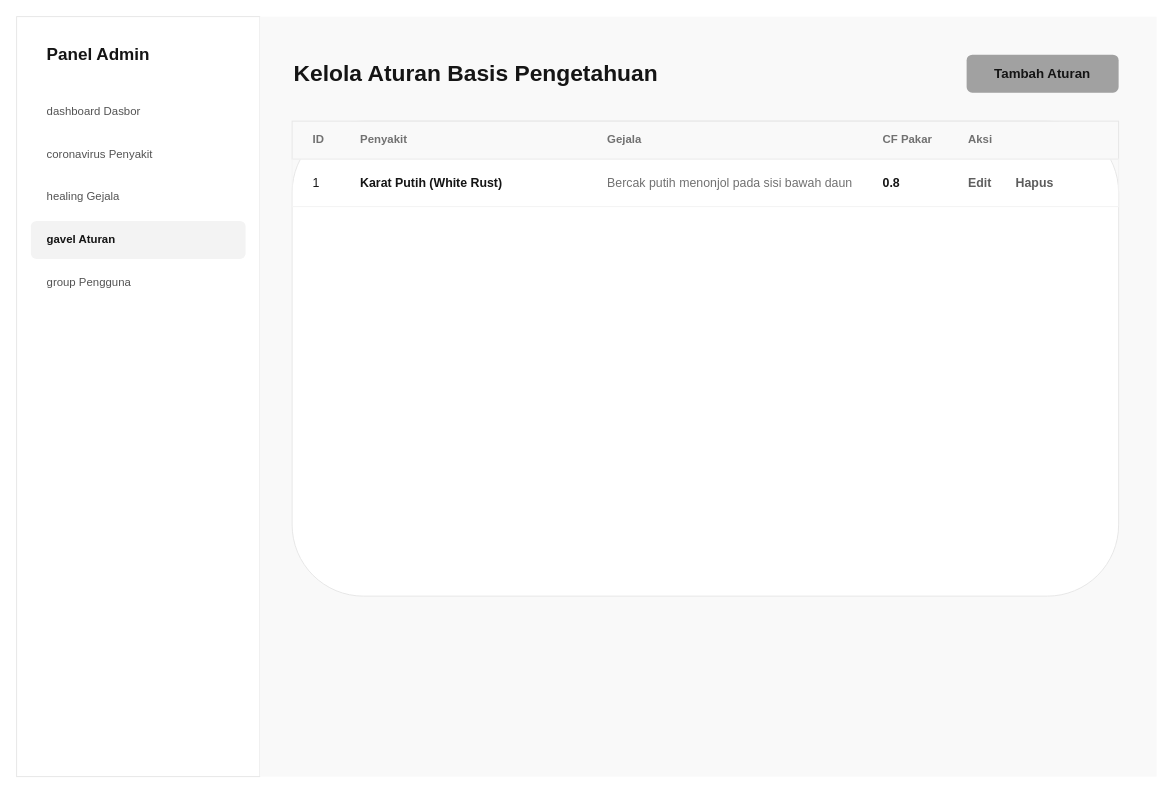
The draw.io diagram diagram/desain_backup/admin-lihat-aturan.drawio in RajaSunrise/kangkungku, before the edit. Source tidied: cells renumbered, new cells numbered last; positions are measured from the earlier drawing's top-left corner, leaving out a move shared by most shapes. Both pictures are drawn from the tidied source at 95%, with x=0, y=0 at pixel (16, 16).
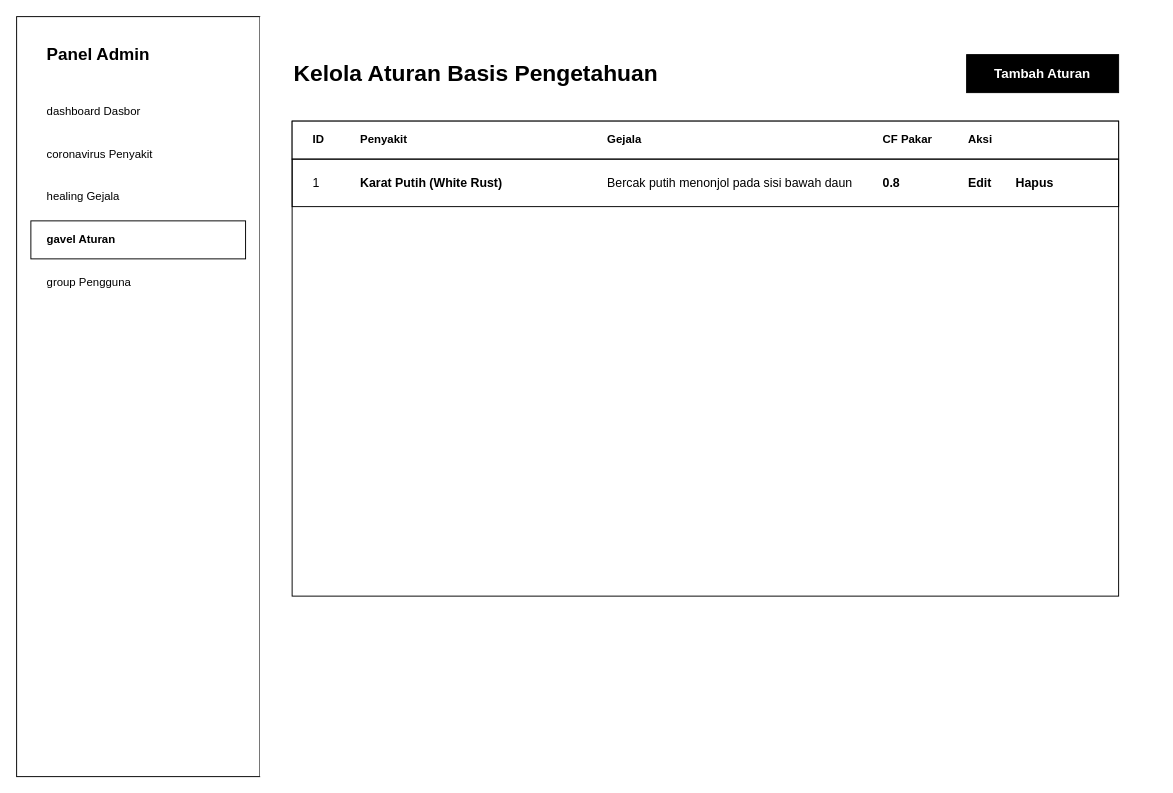
After the change.

Diff of the diagram source:
```diff
@@
-    <mxCell id="2" style="rounded=0;whiteSpace=wrap;html=1;fillColor=#FFFFFF;strokeColor=#E6E6E6;" parent="1" vertex="1">
+    <mxCell id="2" style="rounded=0;whiteSpace=wrap;html=1;fillColor=#FFFFFF;strokeColor=#000000;" parent="1" vertex="1">
       <mxGeometry width="256" height="800" as="geometry" />
     </mxCell>
-    <mxCell id="3" value="Panel Admin" style="text;html=1;strokeColor=none;fillColor=none;align=left;verticalAlign=middle;whiteSpace=wrap;rounded=0;fontColor=#151515;fontSize=18;fontStyle=1;" parent="1" vertex="1">
+    <mxCell id="3" value="Panel Admin" style="text;html=1;strokeColor=none;fillColor=none;align=left;verticalAlign=middle;whiteSpace=wrap;rounded=0;fontColor=#000000;fontSize=18;fontStyle=1;" parent="1" vertex="1">
       <mxGeometry x="30" y="20" width="200" height="40" as="geometry" />
     </mxCell>
-    <mxCell id="4" value="dashboard  Dasbor" style="rounded=1;whiteSpace=wrap;html=1;fillColor=none;strokeColor=none;fontColor=#535353;align=left;spacingLeft=15;" parent="1" vertex="1">
+    <mxCell id="4" value="dashboard  Dasbor" style="rounded=0;whiteSpace=wrap;html=1;fillColor=none;strokeColor=none;fontColor=#000000;align=left;spacingLeft=15;" parent="1" vertex="1">
       <mxGeometry x="15" y="80" width="226" height="40" as="geometry" />
     </mxCell>
-    <mxCell id="5" value="coronavirus  Penyakit" style="rounded=1;whiteSpace=wrap;html=1;fillColor=none;strokeColor=none;fontColor=#535353;align=left;spacingLeft=15;" parent="1" vertex="1">
+    <mxCell id="5" value="coronavirus  Penyakit" style="rounded=0;whiteSpace=wrap;html=1;fillColor=none;strokeColor=none;fontColor=#000000;align=left;spacingLeft=15;" parent="1" vertex="1">
       <mxGeometry x="15" y="125" width="226" height="40" as="geometry" />
     </mxCell>
-    <mxCell id="6" value="healing  Gejala" style="rounded=1;whiteSpace=wrap;html=1;fillColor=none;strokeColor=none;fontColor=#535353;align=left;spacingLeft=15;" parent="1" vertex="1">
+    <mxCell id="6" value="healing  Gejala" style="rounded=0;whiteSpace=wrap;html=1;fillColor=none;strokeColor=none;fontColor=#000000;align=left;spacingLeft=15;" parent="1" vertex="1">
       <mxGeometry x="15" y="170" width="226" height="40" as="geometry" />
     </mxCell>
-    <mxCell id="7" value="gavel  Aturan" style="rounded=1;whiteSpace=wrap;html=1;fillColor=#F3F3F3;strokeColor=none;fontColor=#151515;align=left;spacingLeft=15;fontStyle=1;" parent="1" vertex="1">
+    <mxCell id="7" value="gavel  Aturan" style="rounded=0;whiteSpace=wrap;html=1;fillColor=#FFFFFF;strokeColor=#000000;fontColor=#000000;align=left;spacingLeft=15;fontStyle=1;" parent="1" vertex="1">
       <mxGeometry x="15" y="215" width="226" height="40" as="geometry" />
     </mxCell>
-    <mxCell id="8" value="group  Pengguna" style="rounded=1;whiteSpace=wrap;html=1;fillColor=none;strokeColor=none;fontColor=#535353;align=left;spacingLeft=15;" parent="1" vertex="1">
+    <mxCell id="8" value="group  Pengguna" style="rounded=0;whiteSpace=wrap;html=1;fillColor=none;strokeColor=none;fontColor=#000000;align=left;spacingLeft=15;" parent="1" vertex="1">
       <mxGeometry x="15" y="260" width="226" height="40" as="geometry" />
     </mxCell>
-    <mxCell id="9" style="rounded=0;whiteSpace=wrap;html=1;fillColor=#F9F9F9;strokeColor=none;" parent="1" vertex="1">
+    <mxCell id="9" style="rounded=0;whiteSpace=wrap;html=1;fillColor=#FFFFFF;strokeColor=none;" parent="1" vertex="1">
       <mxGeometry x="256" width="944" height="800" as="geometry" />
     </mxCell>
-    <mxCell id="10" value="Kelola Aturan Basis Pengetahuan" style="text;html=1;strokeColor=none;fillColor=none;align=left;verticalAlign=middle;whiteSpace=wrap;rounded=0;fontColor=#151515;fontSize=24;fontStyle=1;" parent="1" vertex="1">
+    <mxCell id="10" value="Kelola Aturan Basis Pengetahuan" style="text;html=1;strokeColor=none;fillColor=none;align=left;verticalAlign=middle;whiteSpace=wrap;rounded=0;fontColor=#000000;fontSize=24;fontStyle=1;" parent="1" vertex="1">
       <mxGeometry x="290" y="40" width="400" height="40" as="geometry" />
     </mxCell>
-    <mxCell id="11" value="Tambah Aturan" style="rounded=1;whiteSpace=wrap;html=1;fillColor=#A1A1A1;strokeColor=none;fontColor=#151515;fontStyle=1;fontSize=14;" parent="1" vertex="1">
+    <mxCell id="11" value="Tambah Aturan" style="rounded=0;whiteSpace=wrap;html=1;fillColor=#000000;strokeColor=#000000;fontColor=#FFFFFF;fontStyle=1;fontSize=14;" parent="1" vertex="1">
       <mxGeometry x="1000" y="40" width="160" height="40" as="geometry" />
     </mxCell>
-    <mxCell id="12" style="rounded=1;whiteSpace=wrap;html=1;fillColor=#FFFFFF;strokeColor=#E6E6E6;shadow=0;" parent="1" vertex="1">
+    <mxCell id="12" style="rounded=0;whiteSpace=wrap;html=1;fillColor=#FFFFFF;strokeColor=#000000;" parent="1" vertex="1">
       <mxGeometry x="290" y="110" width="870" height="500" as="geometry" />
     </mxCell>
-    <mxCell id="13" style="rounded=0;whiteSpace=wrap;html=1;fillColor=#F9F9F9;strokeColor=#E6E6E6;" parent="1" vertex="1">
+    <mxCell id="13" style="rounded=0;whiteSpace=wrap;html=1;fillColor=#FFFFFF;strokeColor=#000000;" parent="1" vertex="1">
       <mxGeometry x="290" y="110" width="870" height="40" as="geometry" />
     </mxCell>
-    <mxCell id="14" value="ID" style="text;html=1;strokeColor=none;fillColor=none;align=left;verticalAlign=middle;whiteSpace=wrap;rounded=0;fontColor=#717171;fontSize=12;fontStyle=1;" parent="1" vertex="1">
+    <mxCell id="14" value="ID" style="text;html=1;strokeColor=none;fillColor=none;align=left;verticalAlign=middle;whiteSpace=wrap;rounded=0;fontColor=#000000;fontSize=12;fontStyle=1;" parent="1" vertex="1">
       <mxGeometry x="310" y="115" width="40" height="30" as="geometry" />
     </mxCell>
-    <mxCell id="15" value="Penyakit" style="text;html=1;strokeColor=none;fillColor=none;align=left;verticalAlign=middle;whiteSpace=wrap;rounded=0;fontColor=#717171;fontSize=12;fontStyle=1;" parent="1" vertex="1">
+    <mxCell id="15" value="Penyakit" style="text;html=1;strokeColor=none;fillColor=none;align=left;verticalAlign=middle;whiteSpace=wrap;rounded=0;fontColor=#000000;fontSize=12;fontStyle=1;" parent="1" vertex="1">
       <mxGeometry x="360" y="115" width="250" height="30" as="geometry" />
     </mxCell>
-    <mxCell id="16" value="Gejala" style="text;html=1;strokeColor=none;fillColor=none;align=left;verticalAlign=middle;whiteSpace=wrap;rounded=0;fontColor=#717171;fontSize=12;fontStyle=1;" parent="1" vertex="1">
+    <mxCell id="16" value="Gejala" style="text;html=1;strokeColor=none;fillColor=none;align=left;verticalAlign=middle;whiteSpace=wrap;rounded=0;fontColor=#000000;fontSize=12;fontStyle=1;" parent="1" vertex="1">
       <mxGeometry x="620" y="115" width="280" height="30" as="geometry" />
     </mxCell>
-    <mxCell id="17" value="CF Pakar" style="text;html=1;strokeColor=none;fillColor=none;align=left;verticalAlign=middle;whiteSpace=wrap;rounded=0;fontColor=#717171;fontSize=12;fontStyle=1;" parent="1" vertex="1">
+    <mxCell id="17" value="CF Pakar" style="text;html=1;strokeColor=none;fillColor=none;align=left;verticalAlign=middle;whiteSpace=wrap;rounded=0;fontColor=#000000;fontSize=12;fontStyle=1;" parent="1" vertex="1">
       <mxGeometry x="910" y="115" width="80" height="30" as="geometry" />
     </mxCell>
-    <mxCell id="18" value="Aksi" style="text;html=1;strokeColor=none;fillColor=none;align=left;verticalAlign=middle;whiteSpace=wrap;rounded=0;fontColor=#717171;fontSize=12;fontStyle=1;" parent="1" vertex="1">
+    <mxCell id="18" value="Aksi" style="text;html=1;strokeColor=none;fillColor=none;align=left;verticalAlign=middle;whiteSpace=wrap;rounded=0;fontColor=#000000;fontSize=12;fontStyle=1;" parent="1" vertex="1">
       <mxGeometry x="1000" y="115" width="100" height="30" as="geometry" />
     </mxCell>
-    <mxCell id="19" style="rounded=0;whiteSpace=wrap;html=1;fillColor=none;strokeColor=#F3F3F3;" parent="1" vertex="1">
+    <mxCell id="19" style="rounded=0;whiteSpace=wrap;html=1;fillColor=none;strokeColor=#000000;" parent="1" vertex="1">
       <mxGeometry x="290" y="150" width="870" height="50" as="geometry" />
     </mxCell>
-    <mxCell id="20" value="1" style="text;html=1;strokeColor=none;fillColor=none;align=left;verticalAlign=middle;whiteSpace=wrap;rounded=0;fontColor=#151515;fontSize=13;" parent="1" vertex="1">
+    <mxCell id="20" value="1" style="text;html=1;strokeColor=none;fillColor=none;align=left;verticalAlign=middle;whiteSpace=wrap;rounded=0;fontColor=#000000;fontSize=13;" parent="1" vertex="1">
       <mxGeometry x="310" y="160" width="40" height="30" as="geometry" />
     </mxCell>
-    <mxCell id="21" value="Karat Putih (White Rust)" style="text;html=1;strokeColor=none;fillColor=none;align=left;verticalAlign=middle;whiteSpace=wrap;rounded=0;fontColor=#151515;fontSize=13;fontStyle=1;" parent="1" vertex="1">
+    <mxCell id="21" value="Karat Putih (White Rust)" style="text;html=1;strokeColor=none;fillColor=none;align=left;verticalAlign=middle;whiteSpace=wrap;rounded=0;fontColor=#000000;fontSize=13;fontStyle=1;" parent="1" vertex="1">
       <mxGeometry x="360" y="160" width="250" height="30" as="geometry" />
     </mxCell>
-    <mxCell id="22" value="Bercak putih menonjol pada sisi bawah daun" style="text;html=1;strokeColor=none;fillColor=none;align=left;verticalAlign=middle;whiteSpace=wrap;rounded=0;fontColor=#717171;fontSize=13;" parent="1" vertex="1">
+    <mxCell id="22" value="Bercak putih menonjol pada sisi bawah daun" style="text;html=1;strokeColor=none;fillColor=none;align=left;verticalAlign=middle;whiteSpace=wrap;rounded=0;fontColor=#000000;fontSize=13;" parent="1" vertex="1">
       <mxGeometry x="620" y="160" width="280" height="30" as="geometry" />
     </mxCell>
-    <mxCell id="23" value="0.8" style="text;html=1;strokeColor=none;fillColor=none;align=left;verticalAlign=middle;whiteSpace=wrap;rounded=0;fontColor=#151515;fontSize=13;fontStyle=1;" parent="1" vertex="1">
+    <mxCell id="23" value="0.8" style="text;html=1;strokeColor=none;fillColor=none;align=left;verticalAlign=middle;whiteSpace=wrap;rounded=0;fontColor=#000000;fontSize=13;fontStyle=1;" parent="1" vertex="1">
       <mxGeometry x="910" y="160" width="80" height="30" as="geometry" />
     </mxCell>
-    <mxCell id="24" value="Edit" style="text;html=1;strokeColor=none;fillColor=none;align=left;verticalAlign=middle;whiteSpace=wrap;rounded=0;fontColor=#5F5F5F;fontSize=13;fontStyle=1;" parent="1" vertex="1">
+    <mxCell id="24" value="Edit" style="text;html=1;strokeColor=none;fillColor=none;align=left;verticalAlign=middle;whiteSpace=wrap;rounded=0;fontColor=#000000;fontSize=13;fontStyle=1;" parent="1" vertex="1">
       <mxGeometry x="1000" y="160" width="40" height="30" as="geometry" />
     </mxCell>
-    <mxCell id="25" value="Hapus" style="text;html=1;strokeColor=none;fillColor=none;align=left;verticalAlign=middle;whiteSpace=wrap;rounded=0;fontColor=#5C5C5C;fontSize=13;fontStyle=1;" parent="1" vertex="1">
+    <mxCell id="25" value="Hapus" style="text;html=1;strokeColor=none;fillColor=none;align=left;verticalAlign=middle;whiteSpace=wrap;rounded=0;fontColor=#000000;fontSize=13;fontStyle=1;" parent="1" vertex="1">
       <mxGeometry x="1050" y="160" width="50" height="30" as="geometry" />
     </mxCell>
```
